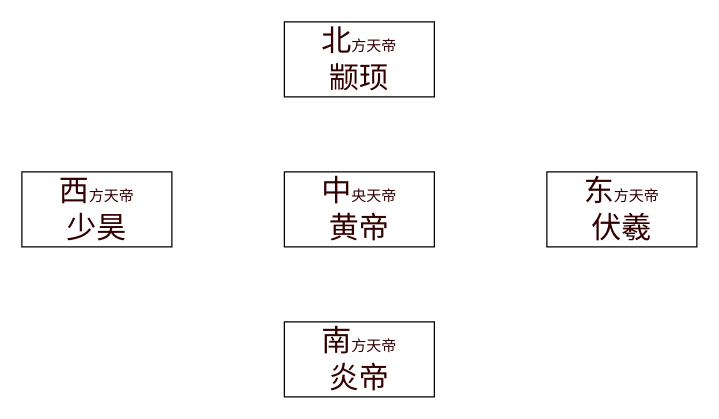
Above: page "五方天帝" (2 of 4) of 黄帝.drawio in littlebeer/drawio (draw.io), before the change. Source tidied: cells renumbered, new cells numbered last; positions are measured from the earlier drawing's top-left corner, leaving out a move shared by most shapes. Both pictures are drawn from the tidied source at 125%, with x=0, y=0 at pixel (21, 21).
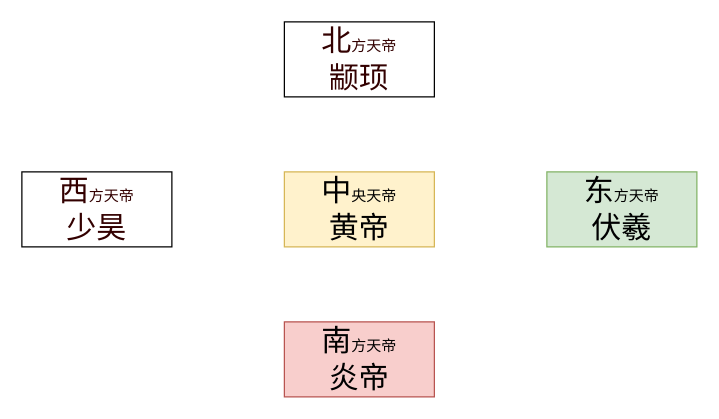
After the change.

What changed in the source:
```diff
@@
 <mxGraphModel>
   <root>
     <mxCell id="0" />
     <mxCell id="1" parent="0" />
     <mxCell id="2" value="&lt;font style=&quot;font-size: 24px;&quot;&gt;北&lt;/font&gt;方天帝&lt;br&gt;&lt;font style=&quot;font-size: 24px;&quot;&gt;颛顼&lt;/font&gt;" style="rounded=0;whiteSpace=wrap;html=1;labelBackgroundColor=none;fontSize=12;fontColor=#330000;" parent="1" vertex="1">
       <mxGeometry x="210" width="120" height="60" as="geometry" />
     </mxCell>
-    <mxCell id="3" value="&lt;font style=&quot;font-size: 24px;&quot;&gt;中&lt;/font&gt;央天帝&lt;br&gt;&lt;span style=&quot;font-size: 24px;&quot;&gt;黄帝&lt;/span&gt;" style="rounded=0;whiteSpace=wrap;html=1;labelBackgroundColor=none;fontSize=12;fontColor=#330000;" parent="1" vertex="1">
+    <mxCell id="3" value="&lt;font style=&quot;font-size: 24px;&quot;&gt;中&lt;/font&gt;央天帝&lt;br&gt;&lt;span style=&quot;font-size: 24px;&quot;&gt;黄帝&lt;/span&gt;" style="rounded=0;whiteSpace=wrap;html=1;labelBackgroundColor=none;fontSize=12;fillColor=#fff2cc;strokeColor=#d6b656;" parent="1" vertex="1">
       <mxGeometry x="210" y="120" width="120" height="60" as="geometry" />
     </mxCell>
-    <mxCell id="4" value="&lt;font style=&quot;font-size: 24px;&quot;&gt;东&lt;/font&gt;方天帝&lt;br&gt;&lt;font style=&quot;font-size: 24px;&quot;&gt;伏羲&lt;/font&gt;" style="rounded=0;whiteSpace=wrap;html=1;labelBackgroundColor=none;fontSize=12;fontColor=#330000;" parent="1" vertex="1">
+    <mxCell id="4" value="&lt;font style=&quot;font-size: 24px;&quot;&gt;东&lt;/font&gt;方天帝&lt;br&gt;&lt;font style=&quot;font-size: 24px;&quot;&gt;伏羲&lt;/font&gt;" style="rounded=0;whiteSpace=wrap;html=1;labelBackgroundColor=none;fontSize=12;fillColor=#d5e8d4;strokeColor=#82b366;" parent="1" vertex="1">
       <mxGeometry x="420" y="120" width="120" height="60" as="geometry" />
     </mxCell>
     <mxCell id="5" value="&lt;font style=&quot;font-size: 24px;&quot;&gt;西&lt;/font&gt;方天帝&lt;br&gt;&lt;font style=&quot;font-size: 24px;&quot;&gt;少昊&lt;/font&gt;" style="rounded=0;whiteSpace=wrap;html=1;labelBackgroundColor=none;fontSize=12;fontColor=#330000;" parent="1" vertex="1">
       <mxGeometry y="120" width="120" height="60" as="geometry" />
     </mxCell>
-    <mxCell id="6" value="&lt;font style=&quot;font-size: 24px;&quot;&gt;南&lt;/font&gt;方天帝&lt;br&gt;&lt;span style=&quot;font-size: 24px;&quot;&gt;炎帝&lt;/span&gt;" style="rounded=0;whiteSpace=wrap;html=1;labelBackgroundColor=none;fontSize=12;fontColor=#330000;" parent="1" vertex="1">
+    <mxCell id="6" value="&lt;font style=&quot;font-size: 24px;&quot;&gt;南&lt;/font&gt;方天帝&lt;br&gt;&lt;span style=&quot;font-size: 24px;&quot;&gt;炎帝&lt;/span&gt;" style="rounded=0;whiteSpace=wrap;html=1;labelBackgroundColor=none;fontSize=12;fillColor=#f8cecc;strokeColor=#b85450;" parent="1" vertex="1">
       <mxGeometry x="210" y="240" width="120" height="60" as="geometry" />
     </mxCell>
   </root>
 </mxGraphModel>
```
